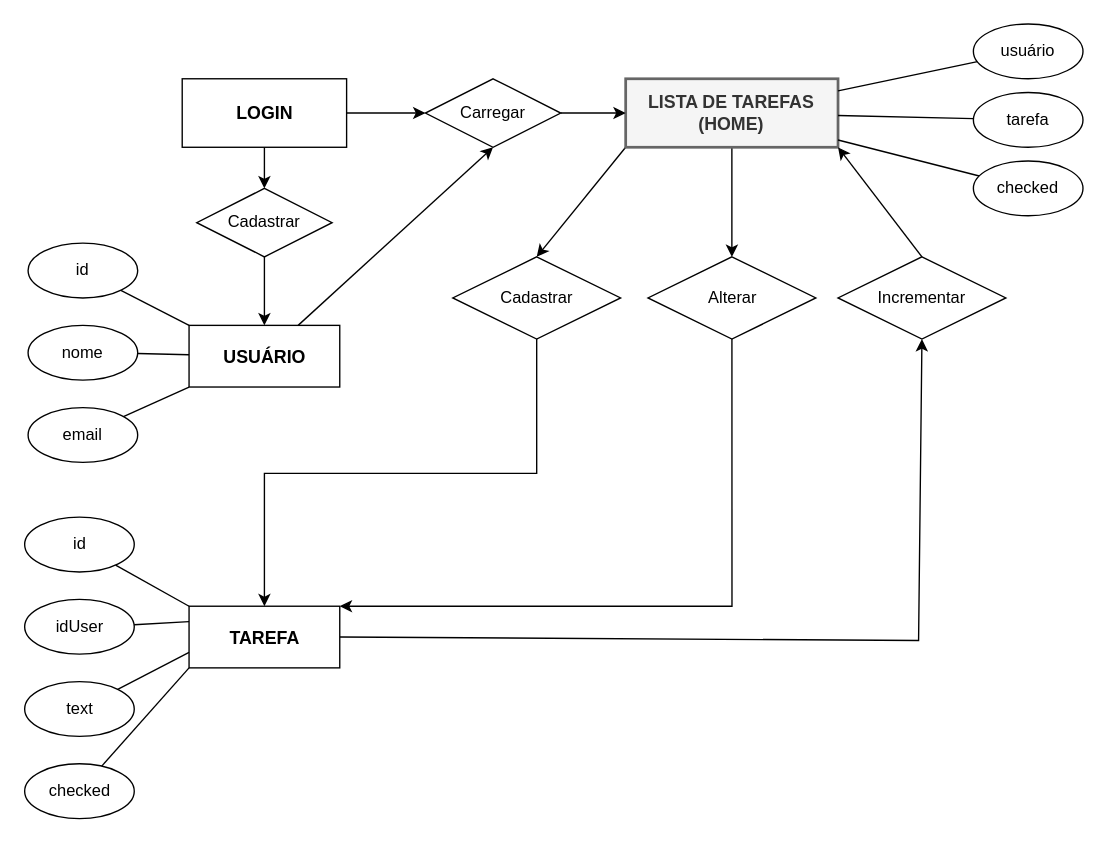
Earlier version of the draw.io diagram todo-list-reac-app/src/Untitled Diagram.drawio (LuanPinho/todo-list). Source tidied: cells renumbered, new cells numbered last; positions are measured from the earlier drawing's top-left corner, leaving out a move shared by most shapes. Both pictures are drawn from the tidied source at 137%, with x=0, y=0 at pixel (25, 23).
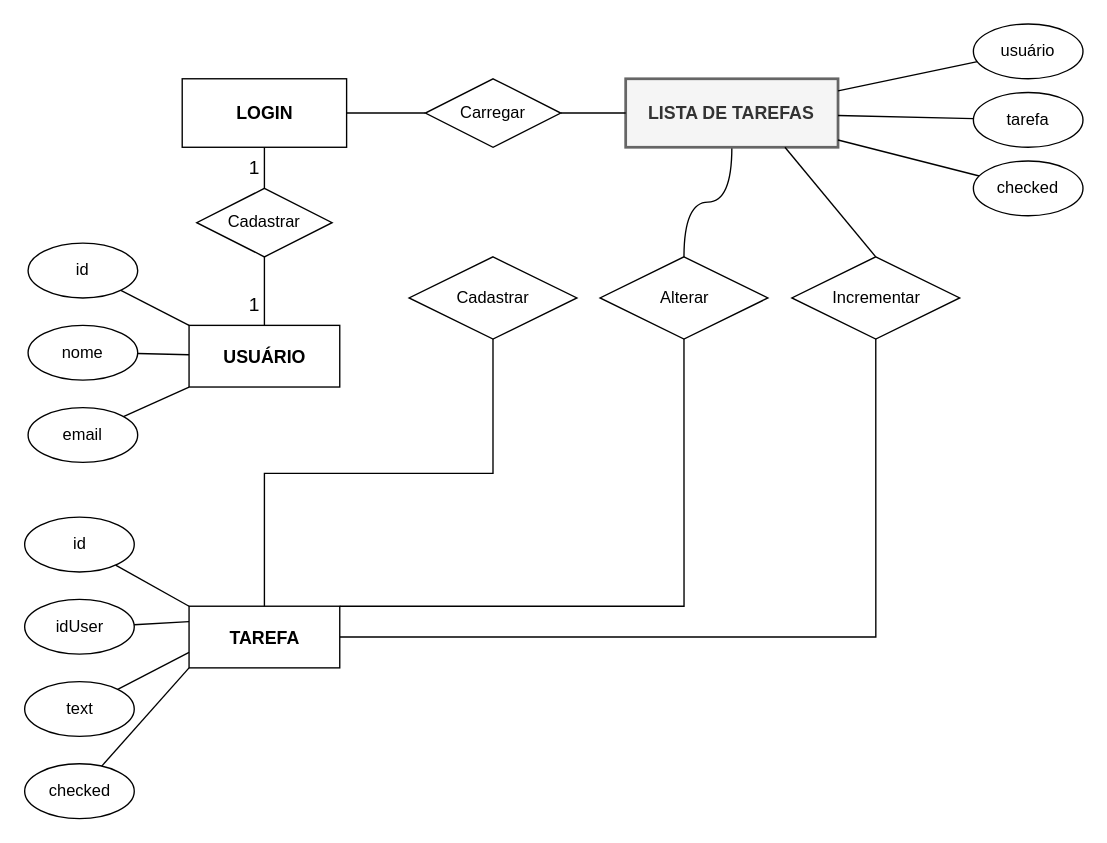
After the change.

The change refers to these unchanged cells:
```xml
<mxCell id="3" value="TAREFA" style="rounded=0;whiteSpace=wrap;html=1;shadow=0;glass=0;fontStyle=1;fontSize=13;" parent="1" vertex="1">
  <mxGeometry x="119.5" y="425" width="110" height="45" as="geometry" />
</mxCell>
<mxCell id="20" value="USUÁRIO" style="rounded=0;whiteSpace=wrap;html=1;shadow=0;glass=0;fontStyle=1;fontSize=13;" parent="1" vertex="1">
  <mxGeometry x="119.5" y="220" width="110" height="45" as="geometry" />
</mxCell>
<mxCell id="30" value="Cadastrar" style="rhombus;whiteSpace=wrap;html=1;rounded=0;shadow=0;glass=0;" parent="1" vertex="1">
  <mxGeometry x="125.1" y="120" width="98.8" height="50" as="geometry" />
</mxCell>
<mxCell id="33" value="LOGIN" style="rounded=0;whiteSpace=wrap;html=1;shadow=0;glass=0;fontStyle=1;fontSize=13;" parent="1" vertex="1">
  <mxGeometry x="114.5" y="40" width="120" height="50" as="geometry" />
</mxCell>
<mxCell id="35" value="Carregar" style="rhombus;whiteSpace=wrap;html=1;rounded=0;shadow=0;glass=0;" parent="1" vertex="1">
  <mxGeometry x="292" y="40" width="98.8" height="50" as="geometry" />
</mxCell>
```

The edit, as a diff of the source:
```diff
@@
-    <mxCell id="2" style="rounded=0;jettySize=auto;html=1;entryX=0.5;entryY=1;entryDx=0;entryDy=0;endArrow=classic;endFill=1;elbow=vertical;exitX=1;exitY=0.5;exitDx=0;exitDy=0;" parent="1" edge="1" source="3" target="18">
-      <mxGeometry relative="1" as="geometry">
-        <Array as="points">
-          <mxPoint x="652" y="450" />
-        </Array>
-      </mxGeometry>
+    <mxCell id="2" style="rounded=0;jettySize=auto;html=1;entryX=0.5;entryY=1;entryDx=0;entryDy=0;endArrow=none;endFill=0;elbow=vertical;edgeStyle=orthogonalEdgeStyle;exitX=1;exitY=0.5;exitDx=0;exitDy=0;" parent="1" edge="1" source="3" target="18">
+      <mxGeometry relative="1" as="geometry" />
     </mxCell>
@@
-    <mxCell id="10" style="edgeStyle=elbowEdgeStyle;rounded=0;jettySize=auto;html=1;entryX=0.5;entryY=0;entryDx=0;entryDy=0;endArrow=classic;endFill=1;exitX=0.5;exitY=1;exitDx=0;exitDy=0;elbow=vertical;" parent="1" edge="1" source="11" target="3">
+    <mxCell id="10" style="edgeStyle=elbowEdgeStyle;rounded=0;jettySize=auto;html=1;entryX=0.5;entryY=0;entryDx=0;entryDy=0;endArrow=none;endFill=0;exitX=0.5;exitY=1;exitDx=0;exitDy=0;elbow=vertical;" parent="1" edge="1" source="11" target="3">
       <mxGeometry relative="1" as="geometry" />
     </mxCell>
     <mxCell id="11" value="Cadastrar" style="rhombus;whiteSpace=wrap;html=1;rounded=0;shadow=0;glass=0;" parent="1" vertex="1">
-      <mxGeometry x="312" y="170" width="122.5" height="60" as="geometry" />
+      <mxGeometry x="280.1" y="170" width="122.5" height="60" as="geometry" />
     </mxCell>
-    <mxCell id="12" style="rounded=0;jettySize=auto;html=1;entryX=0.5;entryY=0;entryDx=0;entryDy=0;endArrow=classic;endFill=1;exitX=0;exitY=1;exitDx=0;exitDy=0;" parent="1" edge="1" source="14" target="11">
-      <mxGeometry relative="1" as="geometry" />
-    </mxCell>
-    <mxCell id="13" style="edgeStyle=orthogonalEdgeStyle;curved=1;rounded=0;jettySize=auto;html=1;entryX=0.5;entryY=0;entryDx=0;entryDy=0;endArrow=classic;endFill=1;" parent="1" edge="1" source="14" target="16">
+    <mxCell id="13" style="edgeStyle=orthogonalEdgeStyle;curved=1;rounded=0;jettySize=auto;html=1;entryX=0.5;entryY=0;entryDx=0;entryDy=0;endArrow=none;endFill=0;" parent="1" edge="1" source="14" target="16">
       <mxGeometry relative="1" as="geometry" />
     </mxCell>
-    <mxCell id="14" value="LISTA DE TAREFAS (HOME)" style="rounded=0;whiteSpace=wrap;html=1;shadow=0;glass=0;fillColor=#f5f5f5;strokeColor=#666666;fontColor=#333333;strokeWidth=2;fontStyle=1;fontSize=13;" parent="1" vertex="1">
+    <mxCell id="14" value="LISTA DE TAREFAS" style="rounded=0;whiteSpace=wrap;html=1;shadow=0;glass=0;fillColor=#f5f5f5;strokeColor=#666666;fontColor=#333333;strokeWidth=2;fontStyle=1;fontSize=13;" parent="1" vertex="1">
       <mxGeometry x="438.2" y="40" width="155" height="50" as="geometry" />
     </mxCell>
-    <mxCell id="15" style="edgeStyle=orthogonalEdgeStyle;rounded=0;jettySize=auto;html=1;entryX=1;entryY=0;entryDx=0;entryDy=0;endArrow=classic;endFill=1;elbow=vertical;exitX=0.5;exitY=1;exitDx=0;exitDy=0;" parent="1" edge="1" source="16" target="3">
+    <mxCell id="15" style="edgeStyle=orthogonalEdgeStyle;rounded=0;jettySize=auto;html=1;endArrow=none;endFill=0;elbow=vertical;exitX=0.5;exitY=1;exitDx=0;exitDy=0;entryX=1;entryY=0;entryDx=0;entryDy=0;" parent="1" edge="1" source="16" target="3">
       <mxGeometry relative="1" as="geometry">
         <Array as="points">
-          <mxPoint x="516" y="425" />
+          <mxPoint x="480.5" y="425" />
         </Array>
       </mxGeometry>
     </mxCell>
     <mxCell id="16" value="Alterar" style="rhombus;whiteSpace=wrap;html=1;rounded=0;shadow=0;glass=0;" parent="1" vertex="1">
-      <mxGeometry x="454.5" y="170" width="122.5" height="60" as="geometry" />
+      <mxGeometry x="419.5" y="170" width="122.5" height="60" as="geometry" />
     </mxCell>
-    <mxCell id="17" style="rounded=0;jettySize=auto;html=1;entryX=1;entryY=1;entryDx=0;entryDy=0;endArrow=classic;endFill=1;exitX=0.5;exitY=0;exitDx=0;exitDy=0;" parent="1" edge="1" source="18" target="14">
+    <mxCell id="17" style="rounded=0;jettySize=auto;html=1;entryX=0.75;entryY=1;entryDx=0;entryDy=0;endArrow=none;endFill=0;exitX=0.5;exitY=0;exitDx=0;exitDy=0;" parent="1" edge="1" source="18" target="14">
       <mxGeometry relative="1" as="geometry" />
     </mxCell>
     <mxCell id="18" value="Incrementar" style="rhombus;whiteSpace=wrap;html=1;rounded=0;shadow=0;glass=0;" parent="1" vertex="1">
-      <mxGeometry x="593.2" y="170" width="122.5" height="60" as="geometry" />
+      <mxGeometry x="559.5" y="170" width="122.5" height="60" as="geometry" />
     </mxCell>
-    <mxCell id="19" style="edgeStyle=none;rounded=0;jettySize=auto;html=1;entryX=0.5;entryY=1;entryDx=0;entryDy=0;endArrow=classic;endFill=1;elbow=vertical;" parent="1" edge="1" source="20" target="35">
-      <mxGeometry relative="1" as="geometry" />
-    </mxCell>
@@
-    <mxCell id="29" style="edgeStyle=orthogonalEdgeStyle;curved=1;rounded=0;jettySize=auto;html=1;entryX=0.5;entryY=0;entryDx=0;entryDy=0;endArrow=classic;endFill=1;" parent="1" edge="1" source="30" target="20">
+    <mxCell id="29" style="edgeStyle=orthogonalEdgeStyle;curved=1;rounded=0;jettySize=auto;html=1;entryX=0.5;entryY=0;entryDx=0;entryDy=0;endArrow=none;endFill=0;" parent="1" edge="1" source="30" target="20">
       <mxGeometry relative="1" as="geometry" />
     </mxCell>
@@
-    <mxCell id="31" style="edgeStyle=orthogonalEdgeStyle;curved=1;rounded=0;jettySize=auto;html=1;endArrow=classic;endFill=1;" parent="1" edge="1" source="33" target="30">
+    <mxCell id="31" style="edgeStyle=orthogonalEdgeStyle;curved=1;rounded=0;jettySize=auto;html=1;endArrow=none;endFill=0;" parent="1" edge="1" source="33" target="30">
       <mxGeometry relative="1" as="geometry" />
     </mxCell>
-    <mxCell id="32" style="edgeStyle=orthogonalEdgeStyle;curved=1;rounded=0;jettySize=auto;html=1;entryX=0;entryY=0.5;entryDx=0;entryDy=0;endArrow=classic;endFill=1;" parent="1" edge="1" source="33" target="35">
+    <mxCell id="32" style="edgeStyle=orthogonalEdgeStyle;rounded=0;jettySize=auto;html=1;fontSize=14;endArrow=none;endFill=0;" parent="1" edge="1" source="33" target="35">
       <mxGeometry relative="1" as="geometry" />
     </mxCell>
@@
-    <mxCell id="34" style="edgeStyle=orthogonalEdgeStyle;curved=1;rounded=0;jettySize=auto;html=1;endArrow=classic;endFill=1;" parent="1" edge="1" source="35" target="14">
+    <mxCell id="34" style="edgeStyle=orthogonalEdgeStyle;rounded=0;jettySize=auto;html=1;fontSize=14;endArrow=none;endFill=0;" parent="1" edge="1" source="35" target="14">
       <mxGeometry relative="1" as="geometry" />
     </mxCell>
@@
+    <mxCell id="42" value="1" style="text;html=1;strokeColor=none;fillColor=none;align=center;verticalAlign=middle;whiteSpace=wrap;rounded=0;strokeWidth=2;fontSize=14;" parent="1" vertex="1">
+      <mxGeometry x="159.5" y="90" width="15" height="30" as="geometry" />
+    </mxCell>
+    <mxCell id="43" value="1" style="text;html=1;strokeColor=none;fillColor=none;align=center;verticalAlign=middle;whiteSpace=wrap;rounded=0;strokeWidth=2;fontSize=14;" parent="1" vertex="1">
+      <mxGeometry x="159.5" y="190" width="15" height="30" as="geometry" />
+    </mxCell>
```
